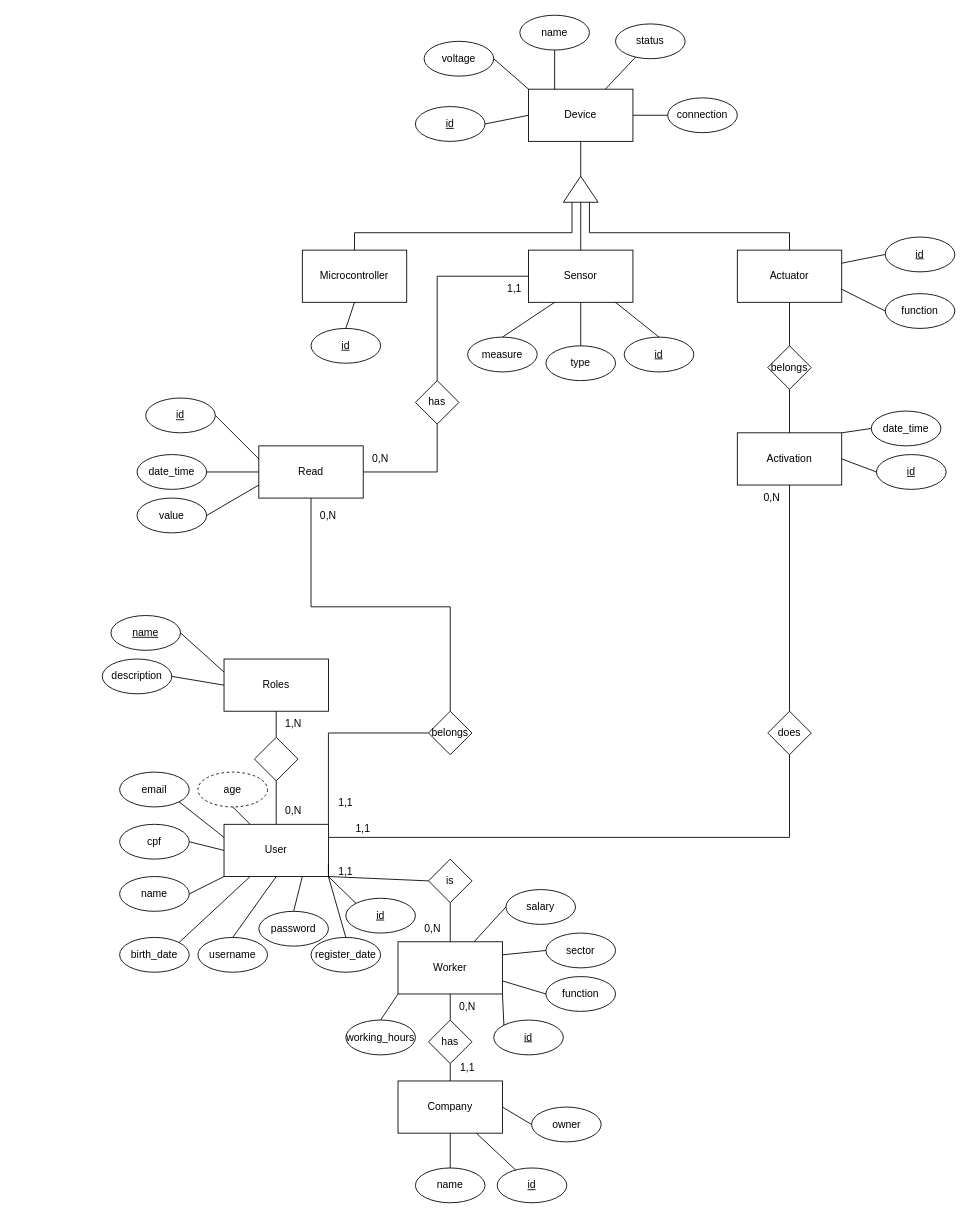
Before: ModelagemBD-MM.drawio in Mutznch/MarcosManagements, a draw.io diagram. Source tidied: cells renumbered, new cells numbered last; positions are measured from the earlier drawing's top-left corner, leaving out a move shared by most shapes. Both pictures are drawn from the tidied source at 87%, with x=0, y=0 at pixel (102, 15).
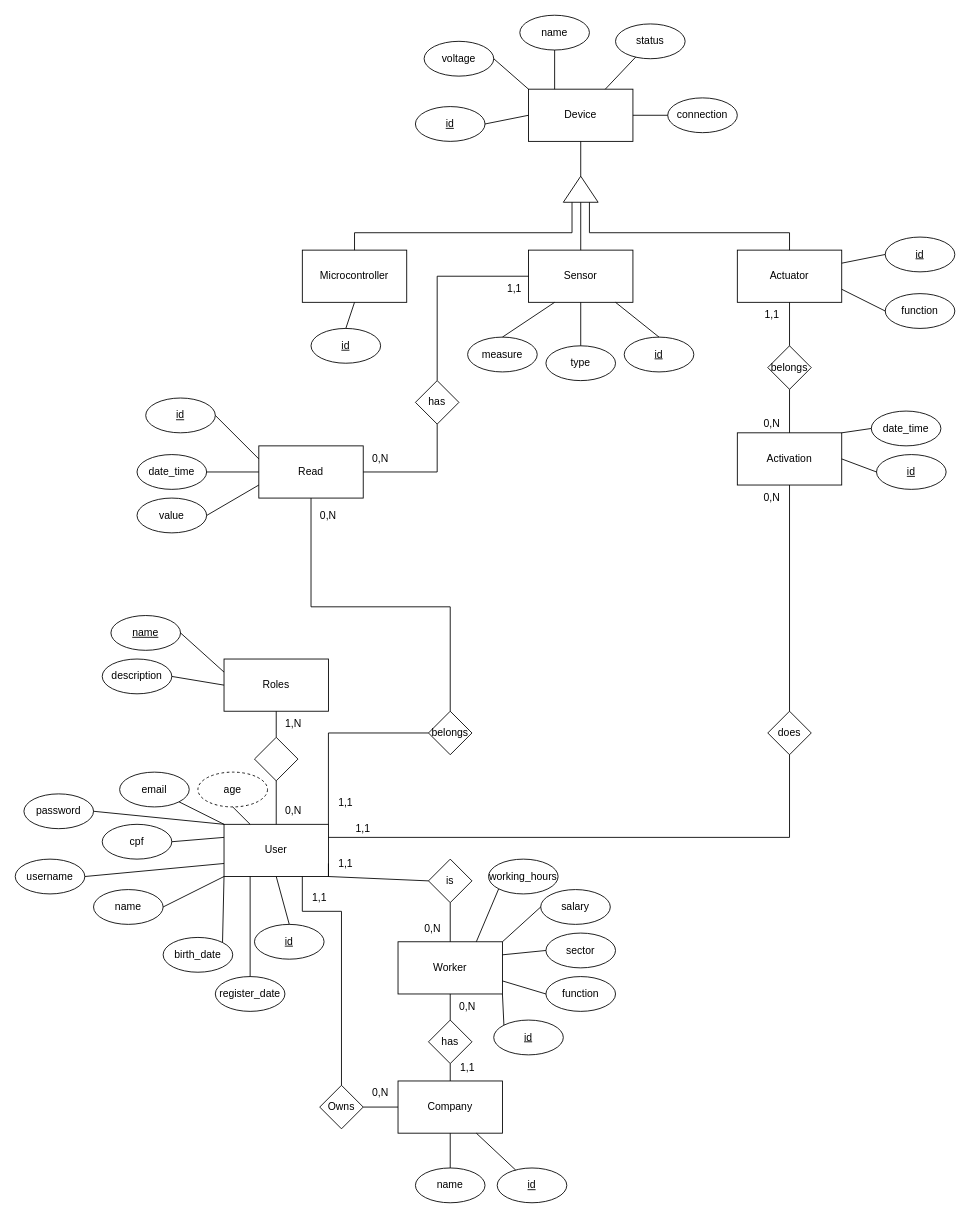
The same diagram, later.

Unchanged cells that the change refers to:
```xml
<mxCell id="2" value="User" style="rounded=0;whiteSpace=wrap;html=1;" parent="1" vertex="1">
  <mxGeometry x="140" y="930" width="120" height="60" as="geometry" />
</mxCell>
<mxCell id="4" value="Company" style="rounded=0;whiteSpace=wrap;html=1;" parent="1" vertex="1">
  <mxGeometry x="340" y="1225" width="120" height="60" as="geometry" />
</mxCell>
<mxCell id="8" value="email" style="ellipse;whiteSpace=wrap;html=1;" parent="1" vertex="1">
  <mxGeometry x="20" y="870" width="80" height="40" as="geometry" />
</mxCell>
<mxCell id="28" value="Worker" style="rounded=0;whiteSpace=wrap;html=1;" parent="1" vertex="1">
  <mxGeometry x="340" y="1065" width="120" height="60" as="geometry" />
</mxCell>
```

The edit, as a diff of the source:
```diff
@@
     <mxCell id="6" value="name" style="ellipse;whiteSpace=wrap;html=1;" parent="1" vertex="1">
-      <mxGeometry x="20" y="990" width="80" height="40" as="geometry" />
+      <mxGeometry x="-10" y="1005" width="80" height="40" as="geometry" />
     </mxCell>
     <mxCell id="7" value="username" style="ellipse;whiteSpace=wrap;html=1;" parent="1" vertex="1">
-      <mxGeometry x="110" y="1060" width="80" height="40" as="geometry" />
+      <mxGeometry x="-100" y="970" width="80" height="40" as="geometry" />
     </mxCell>
@@
     <mxCell id="9" value="cpf" style="ellipse;whiteSpace=wrap;html=1;" parent="1" vertex="1">
-      <mxGeometry x="20" y="930" width="80" height="40" as="geometry" />
+      <mxGeometry y="930" width="80" height="40" as="geometry" />
     </mxCell>
     <mxCell id="10" value="password" style="ellipse;whiteSpace=wrap;html=1;" parent="1" vertex="1">
-      <mxGeometry x="180" y="1030" width="80" height="40" as="geometry" />
+      <mxGeometry x="-90" y="895" width="80" height="40" as="geometry" />
     </mxCell>
     <mxCell id="11" value="birth_date" style="ellipse;whiteSpace=wrap;html=1;" parent="1" vertex="1">
-      <mxGeometry x="20" y="1060" width="80" height="40" as="geometry" />
+      <mxGeometry x="70" y="1060" width="80" height="40" as="geometry" />
     </mxCell>
@@
-    <mxCell id="16" style="endArrow=none;html=1;rounded=0;exitX=0.5;exitY=0;exitDx=0;exitDy=0;entryX=0.5;entryY=1;entryDx=0;entryDy=0;" parent="1" edge="1" source="7" target="2">
+    <mxCell id="16" style="endArrow=none;html=1;rounded=0;exitX=1;exitY=0.5;exitDx=0;exitDy=0;entryX=0;entryY=0.75;entryDx=0;entryDy=0;" parent="1" edge="1" source="7" target="2">
       <mxGeometry relative="1" as="geometry" />
     </mxCell>
@@
-    <mxCell id="20" style="endArrow=none;html=1;rounded=0;exitX=0.5;exitY=0;exitDx=0;exitDy=0;entryX=0.75;entryY=1;entryDx=0;entryDy=0;" parent="1" edge="1" source="10" target="2">
+    <mxCell id="20" style="endArrow=none;html=1;rounded=0;exitX=1;exitY=0.5;exitDx=0;exitDy=0;entryX=0;entryY=0;entryDx=0;entryDy=0;" parent="1" edge="1" source="10" target="2">
       <mxGeometry relative="1" as="geometry" />
     </mxCell>
-    <mxCell id="21" style="endArrow=none;html=1;rounded=0;exitX=1;exitY=0;exitDx=0;exitDy=0;entryX=0.25;entryY=1;entryDx=0;entryDy=0;" parent="1" edge="1" source="11" target="2">
+    <mxCell id="21" style="endArrow=none;html=1;rounded=0;exitX=1;exitY=0;exitDx=0;exitDy=0;entryX=0;entryY=1;entryDx=0;entryDy=0;" parent="1" edge="1" source="11" target="2">
       <mxGeometry relative="1" as="geometry" />
     </mxCell>
@@
-    <mxCell id="23" style="endArrow=none;html=1;rounded=0;exitX=1;exitY=0.5;exitDx=0;exitDy=0;entryX=0;entryY=0.5;entryDx=0;entryDy=0;" parent="1" edge="1" source="9" target="2">
+    <mxCell id="23" style="endArrow=none;html=1;rounded=0;exitX=1;exitY=0.5;exitDx=0;exitDy=0;entryX=0;entryY=0.25;entryDx=0;entryDy=0;" parent="1" edge="1" source="9" target="2">
       <mxGeometry relative="1" as="geometry" />
     </mxCell>
-    <mxCell id="24" style="endArrow=none;html=1;rounded=0;entryX=1;entryY=1;entryDx=0;entryDy=0;exitX=0;exitY=0.25;exitDx=0;exitDy=0;" parent="1" edge="1" source="2" target="8">
-      <mxGeometry relative="1" as="geometry" />
+    <mxCell id="24" style="endArrow=none;html=1;rounded=0;entryX=1;entryY=1;entryDx=0;entryDy=0;" parent="1" edge="1" target="8">
+      <mxGeometry relative="1" as="geometry">
+        <mxPoint x="140" y="930" as="sourcePoint" />
+      </mxGeometry>
     </mxCell>
@@
     <mxCell id="31" value="register_date" style="ellipse;whiteSpace=wrap;html=1;" parent="1" vertex="1">
-      <mxGeometry x="240" y="1060" width="80" height="40" as="geometry" />
+      <mxGeometry x="130" y="1105" width="80" height="40" as="geometry" />
     </mxCell>
-    <mxCell id="32" style="endArrow=none;html=1;rounded=0;exitX=0.5;exitY=0;exitDx=0;exitDy=0;entryX=1;entryY=1;entryDx=0;entryDy=0;" parent="1" edge="1" source="31" target="2">
+    <mxCell id="32" style="endArrow=none;html=1;rounded=0;exitX=0.5;exitY=0;exitDx=0;exitDy=0;entryX=0.25;entryY=1;entryDx=0;entryDy=0;" parent="1" edge="1" source="31" target="2">
       <mxGeometry relative="1" as="geometry" />
     </mxCell>
@@
     <mxCell id="35" value="working_hours" style="ellipse;whiteSpace=wrap;html=1;" parent="1" vertex="1">
-      <mxGeometry x="280" y="1155" width="80" height="40" as="geometry" />
+      <mxGeometry x="444" y="970" width="80" height="40" as="geometry" />
     </mxCell>
     <mxCell id="36" value="&lt;u&gt;id&lt;/u&gt;" style="ellipse;whiteSpace=wrap;html=1;" parent="1" vertex="1">
-      <mxGeometry x="280" y="1015" width="80" height="40" as="geometry" />
+      <mxGeometry x="175" y="1045" width="80" height="40" as="geometry" />
     </mxCell>
-    <mxCell id="37" style="endArrow=none;html=1;rounded=0;exitX=1;exitY=1;exitDx=0;exitDy=0;entryX=0;entryY=0;entryDx=0;entryDy=0;" parent="1" edge="1" source="2" target="36">
+    <mxCell id="37" style="endArrow=none;html=1;rounded=0;exitX=0.5;exitY=1;exitDx=0;exitDy=0;entryX=0.5;entryY=0;entryDx=0;entryDy=0;" parent="1" edge="1" source="2" target="36">
       <mxGeometry relative="1" as="geometry" />
     </mxCell>
@@
     <mxCell id="41" value="salary" style="ellipse;whiteSpace=wrap;html=1;" parent="1" vertex="1">
-      <mxGeometry x="464" y="1005" width="80" height="40" as="geometry" />
+      <mxGeometry x="504" y="1005" width="80" height="40" as="geometry" />
     </mxCell>
-    <mxCell id="42" value="owner" style="ellipse;whiteSpace=wrap;html=1;" parent="1" vertex="1">
-      <mxGeometry x="493.5" y="1255" width="80" height="40" as="geometry" />
-    </mxCell>
-    <mxCell id="43" style="endArrow=none;html=1;rounded=0;entryX=1;entryY=0.5;entryDx=0;entryDy=0;exitX=0;exitY=0.5;exitDx=0;exitDy=0;" parent="1" edge="1" source="42" target="4">
-      <mxGeometry relative="1" as="geometry" />
-    </mxCell>
@@
-    <mxCell id="52" style="endArrow=none;html=1;rounded=0;exitX=0.5;exitY=0;exitDx=0;exitDy=0;entryX=0;entryY=1;entryDx=0;entryDy=0;" parent="1" edge="1" source="35" target="28">
+    <mxCell id="52" style="endArrow=none;html=1;rounded=0;exitX=0;exitY=1;exitDx=0;exitDy=0;entryX=0.75;entryY=0;entryDx=0;entryDy=0;" parent="1" edge="1" source="35" target="28">
       <mxGeometry relative="1" as="geometry" />
     </mxCell>
@@
-    <mxCell id="56" style="endArrow=none;html=1;rounded=0;entryX=0;entryY=0.5;entryDx=0;entryDy=0;" parent="1" edge="1" source="28" target="41">
+    <mxCell id="56" style="endArrow=none;html=1;rounded=0;entryX=0;entryY=0.5;entryDx=0;entryDy=0;exitX=1;exitY=0;exitDx=0;exitDy=0;" parent="1" edge="1" source="28" target="41">
       <mxGeometry relative="1" as="geometry" />
     </mxCell>
     <mxCell id="57" value="1,1" style="text;html=1;strokeColor=none;fillColor=none;align=center;verticalAlign=middle;whiteSpace=wrap;rounded=0;" parent="1" vertex="1">
-      <mxGeometry x="250" y="970" width="60" height="30" as="geometry" />
+      <mxGeometry x="250" y="960" width="60" height="30" as="geometry" />
     </mxCell>
@@
+    <mxCell id="120" value="Owns" style="rhombus;whiteSpace=wrap;html=1;" parent="1" vertex="1">
+      <mxGeometry x="250" y="1230" width="50" height="50" as="geometry" />
+    </mxCell>
+    <mxCell id="121" style="endArrow=none;html=1;rounded=0;entryX=0.75;entryY=1;entryDx=0;entryDy=0;exitX=0.5;exitY=0;exitDx=0;exitDy=0;" parent="1" edge="1" source="120" target="2">
+      <mxGeometry relative="1" as="geometry">
+        <Array as="points">
+          <mxPoint x="275" y="1030" />
+          <mxPoint x="230" y="1030" />
+        </Array>
+      </mxGeometry>
+    </mxCell>
+    <mxCell id="122" style="endArrow=none;html=1;rounded=0;entryX=1;entryY=0.5;entryDx=0;entryDy=0;exitX=0;exitY=0.5;exitDx=0;exitDy=0;" parent="1" edge="1" source="4" target="120">
+      <mxGeometry relative="1" as="geometry" />
+    </mxCell>
+    <mxCell id="123" value="1,1" style="text;html=1;strokeColor=none;fillColor=none;align=center;verticalAlign=middle;whiteSpace=wrap;rounded=0;" parent="1" vertex="1">
+      <mxGeometry x="220" y="1000" width="60" height="30" as="geometry" />
+    </mxCell>
+    <mxCell id="124" value="0,N" style="text;html=1;strokeColor=none;fillColor=none;align=center;verticalAlign=middle;whiteSpace=wrap;rounded=0;" parent="1" vertex="1">
+      <mxGeometry x="290" y="1224" width="60" height="30" as="geometry" />
+    </mxCell>
+    <mxCell id="125" value="0,N" style="text;html=1;strokeColor=none;fillColor=none;align=center;verticalAlign=middle;whiteSpace=wrap;rounded=0;" parent="1" vertex="1">
+      <mxGeometry x="740" y="455" width="60" height="30" as="geometry" />
+    </mxCell>
+    <mxCell id="126" value="1,1" style="text;html=1;strokeColor=none;fillColor=none;align=center;verticalAlign=middle;whiteSpace=wrap;rounded=0;" parent="1" vertex="1">
+      <mxGeometry x="740" y="330" width="60" height="30" as="geometry" />
+    </mxCell>
```
